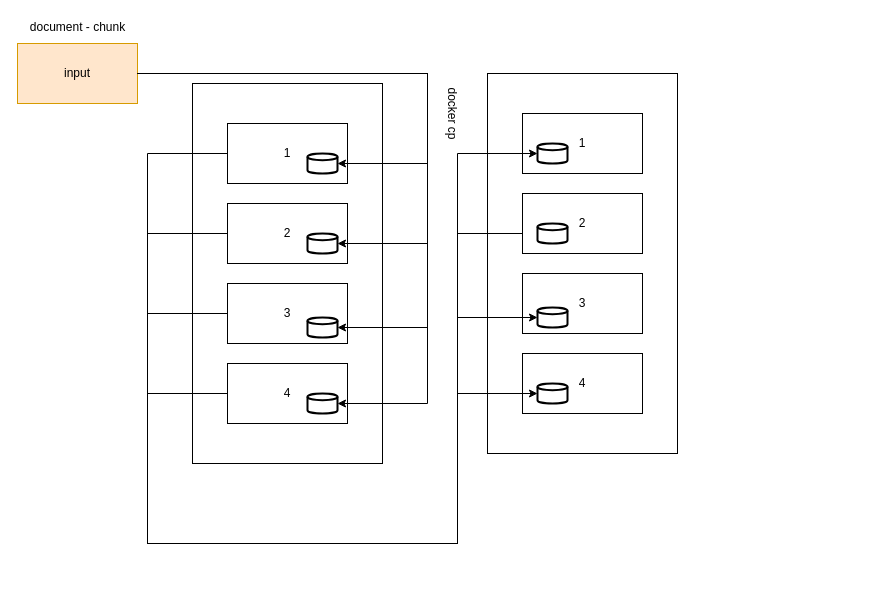
Earlier version of the draw.io diagram page "Page-1" (1 of 2) of assets/arch1.drawio (sanjitk7/MapReducePython). Source tidied: cells renumbered, new cells numbered last; positions are measured from the earlier drawing's top-left corner, leaving out a move shared by most shapes. Both pictures are drawn from the tidied source at 100%, with x=0, y=0 at pixel (17, 17).
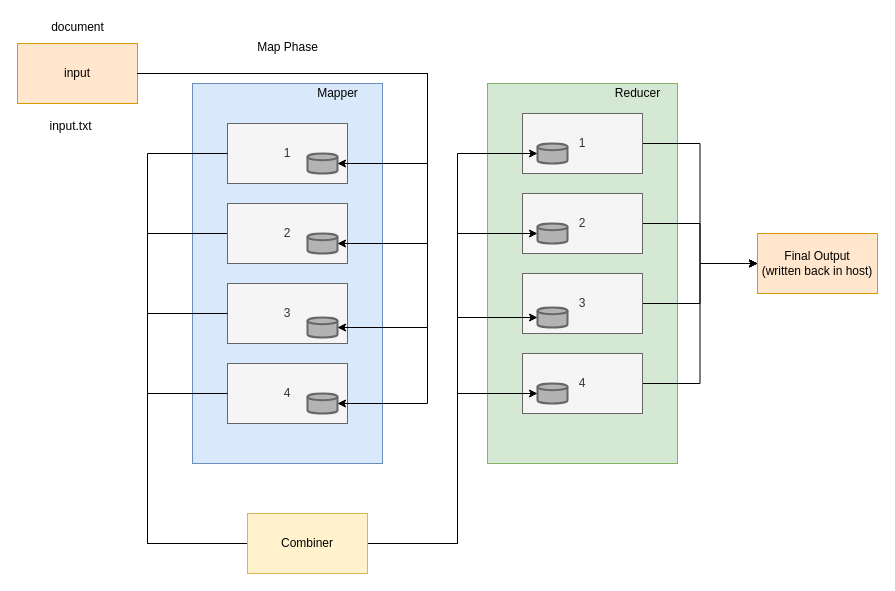
The same diagram, later.

The edit, as a diff of the source:
```diff
@@
+    <mxCell id="19" style="rounded=0;whiteSpace=wrap;html=1;fillColor=#d5e8d4;strokeColor=#82b366;" parent="1" vertex="1">
+      <mxGeometry x="470" y="66" width="190" height="380" as="geometry" />
+    </mxCell>
+    <mxCell id="31" style="edgeStyle=orthogonalEdgeStyle;rounded=0;jettySize=auto;html=1;entryX=0;entryY=0.5;entryDx=0;entryDy=0;" parent="1" edge="1" source="21" target="39">
+      <mxGeometry relative="1" as="geometry" />
+    </mxCell>
+    <mxCell id="21" value="2" style="rounded=0;whiteSpace=wrap;html=1;fillColor=#f5f5f5;strokeColor=#666666;fontColor=#333333;" parent="1" vertex="1">
+      <mxGeometry x="505" y="176" width="120" height="60" as="geometry" />
+    </mxCell>
-    <mxCell id="2" style="rounded=0;whiteSpace=wrap;html=1;fillColor=none;" parent="1" vertex="1">
+    <mxCell id="2" style="rounded=0;whiteSpace=wrap;html=1;fillColor=#dae8fc;strokeColor=#6c8ebf;" parent="1" vertex="1">
       <mxGeometry x="175" y="66" width="190" height="380" as="geometry" />
     </mxCell>
@@
-    <mxCell id="4" value="1" style="rounded=0;whiteSpace=wrap;html=1;" parent="1" vertex="1">
+    <mxCell id="4" value="1" style="rounded=0;whiteSpace=wrap;html=1;fillColor=#f5f5f5;strokeColor=#666666;fontColor=#333333;" parent="1" vertex="1">
       <mxGeometry x="210" y="106" width="120" height="60" as="geometry" />
     </mxCell>
@@
-    <mxCell id="6" value="2" style="rounded=0;whiteSpace=wrap;html=1;" parent="1" vertex="1">
+    <mxCell id="6" value="2" style="rounded=0;whiteSpace=wrap;html=1;fillColor=#f5f5f5;strokeColor=#666666;fontColor=#333333;" parent="1" vertex="1">
       <mxGeometry x="210" y="186" width="120" height="60" as="geometry" />
     </mxCell>
-    <mxCell id="7" value="3" style="rounded=0;whiteSpace=wrap;html=1;" parent="1" vertex="1">
+    <mxCell id="7" value="3" style="rounded=0;whiteSpace=wrap;html=1;fillColor=#f5f5f5;strokeColor=#666666;fontColor=#333333;" parent="1" vertex="1">
       <mxGeometry x="210" y="266" width="120" height="60" as="geometry" />
     </mxCell>
-    <mxCell id="8" value="4" style="rounded=0;whiteSpace=wrap;html=1;" parent="1" vertex="1">
+    <mxCell id="8" value="4" style="rounded=0;whiteSpace=wrap;html=1;fillColor=#f5f5f5;strokeColor=#666666;fontColor=#333333;" parent="1" vertex="1">
       <mxGeometry x="210" y="346" width="120" height="60" as="geometry" />
     </mxCell>
-    <mxCell id="9" style="strokeWidth=2;html=1;shape=mxgraph.flowchart.database;whiteSpace=wrap;" parent="1" vertex="1">
+    <mxCell id="9" style="strokeWidth=2;html=1;shape=mxgraph.flowchart.database;whiteSpace=wrap;strokeColor=#666666;fontColor=#333333;fillColor=#B3B3B3;" parent="1" vertex="1">
       <mxGeometry x="290" y="136" width="30" height="20" as="geometry" />
     </mxCell>
-    <mxCell id="10" style="strokeWidth=2;html=1;shape=mxgraph.flowchart.database;whiteSpace=wrap;" parent="1" vertex="1">
+    <mxCell id="10" style="strokeWidth=2;html=1;shape=mxgraph.flowchart.database;whiteSpace=wrap;strokeColor=#666666;fontColor=#333333;fillColor=#B3B3B3;" parent="1" vertex="1">
       <mxGeometry x="290" y="216" width="30" height="20" as="geometry" />
     </mxCell>
-    <mxCell id="11" style="strokeWidth=2;html=1;shape=mxgraph.flowchart.database;whiteSpace=wrap;" parent="1" vertex="1">
+    <mxCell id="11" style="strokeWidth=2;html=1;shape=mxgraph.flowchart.database;whiteSpace=wrap;strokeColor=#666666;fontColor=#333333;fillColor=#B3B3B3;" parent="1" vertex="1">
       <mxGeometry x="290" y="300" width="30" height="20" as="geometry" />
     </mxCell>
-    <mxCell id="12" style="strokeWidth=2;html=1;shape=mxgraph.flowchart.database;whiteSpace=wrap;" parent="1" vertex="1">
+    <mxCell id="12" style="strokeWidth=2;html=1;shape=mxgraph.flowchart.database;whiteSpace=wrap;strokeColor=#666666;fontColor=#333333;fillColor=#B3B3B3;" parent="1" vertex="1">
       <mxGeometry x="290" y="376" width="30" height="20" as="geometry" />
     </mxCell>
-    <mxCell id="13" value="document - chunk" style="text;html=1;align=center;verticalAlign=middle;" parent="1" vertex="1">
-      <mxGeometry x="5" width="110" height="20" as="geometry" />
+    <mxCell id="13" value="document" style="text;html=1;align=center;verticalAlign=middle;" parent="1" vertex="1">
+      <mxGeometry x="25" width="70" height="20" as="geometry" />
     </mxCell>
@@
-    <mxCell id="18" value="docker cp" style="text;html=1;align=center;verticalAlign=middle;rotation=90;" parent="1" vertex="1">
-      <mxGeometry x="400" y="86" width="70" height="20" as="geometry" />
-    </mxCell>
-    <mxCell id="19" style="rounded=0;whiteSpace=wrap;html=1;fillColor=none;" parent="1" vertex="1">
-      <mxGeometry x="470" y="56" width="190" height="380" as="geometry" />
-    </mxCell>
+    <mxCell id="32" style="edgeStyle=orthogonalEdgeStyle;rounded=0;jettySize=auto;html=1;entryX=0;entryY=0.5;entryDx=0;entryDy=0;" parent="1" edge="1" source="20" target="39">
+      <mxGeometry relative="1" as="geometry" />
+    </mxCell>
-    <mxCell id="20" value="1" style="rounded=0;whiteSpace=wrap;html=1;" parent="1" vertex="1">
+    <mxCell id="20" value="1" style="rounded=0;whiteSpace=wrap;html=1;fillColor=#f5f5f5;strokeColor=#666666;fontColor=#333333;" parent="1" vertex="1">
       <mxGeometry x="505" y="96" width="120" height="60" as="geometry" />
     </mxCell>
-    <mxCell id="21" value="2" style="rounded=0;whiteSpace=wrap;html=1;" parent="1" vertex="1">
-      <mxGeometry x="505" y="176" width="120" height="60" as="geometry" />
-    </mxCell>
+    <mxCell id="33" style="edgeStyle=orthogonalEdgeStyle;rounded=0;jettySize=auto;html=1;entryX=0;entryY=0.5;entryDx=0;entryDy=0;" parent="1" edge="1" source="22" target="39">
+      <mxGeometry relative="1" as="geometry" />
+    </mxCell>
-    <mxCell id="22" value="3" style="rounded=0;whiteSpace=wrap;html=1;" parent="1" vertex="1">
+    <mxCell id="22" value="3" style="rounded=0;whiteSpace=wrap;html=1;fillColor=#f5f5f5;strokeColor=#666666;fontColor=#333333;" parent="1" vertex="1">
       <mxGeometry x="505" y="256" width="120" height="60" as="geometry" />
     </mxCell>
+    <mxCell id="34" style="edgeStyle=orthogonalEdgeStyle;rounded=0;jettySize=auto;html=1;entryX=0;entryY=0.5;entryDx=0;entryDy=0;" parent="1" edge="1" source="23" target="39">
+      <mxGeometry relative="1" as="geometry" />
+    </mxCell>
-    <mxCell id="23" value="4" style="rounded=0;whiteSpace=wrap;html=1;" parent="1" vertex="1">
+    <mxCell id="23" value="4" style="rounded=0;whiteSpace=wrap;html=1;fillColor=#f5f5f5;strokeColor=#666666;fontColor=#333333;" parent="1" vertex="1">
       <mxGeometry x="505" y="336" width="120" height="60" as="geometry" />
     </mxCell>
-    <mxCell id="24" style="strokeWidth=2;html=1;shape=mxgraph.flowchart.database;whiteSpace=wrap;" parent="1" vertex="1">
+    <mxCell id="24" style="strokeWidth=2;html=1;shape=mxgraph.flowchart.database;whiteSpace=wrap;strokeColor=#666666;fontColor=#333333;fillColor=#B3B3B3;" parent="1" vertex="1">
       <mxGeometry x="520" y="126" width="30" height="20" as="geometry" />
     </mxCell>
-    <mxCell id="25" style="strokeWidth=2;html=1;shape=mxgraph.flowchart.database;whiteSpace=wrap;" parent="1" vertex="1">
+    <mxCell id="25" style="strokeWidth=2;html=1;shape=mxgraph.flowchart.database;whiteSpace=wrap;strokeColor=#666666;fontColor=#333333;fillColor=#B3B3B3;" parent="1" vertex="1">
       <mxGeometry x="520" y="206" width="30" height="20" as="geometry" />
     </mxCell>
-    <mxCell id="26" style="strokeWidth=2;html=1;shape=mxgraph.flowchart.database;whiteSpace=wrap;" parent="1" vertex="1">
+    <mxCell id="26" style="strokeWidth=2;html=1;shape=mxgraph.flowchart.database;whiteSpace=wrap;strokeColor=#666666;fontColor=#333333;fillColor=#B3B3B3;" parent="1" vertex="1">
       <mxGeometry x="520" y="290" width="30" height="20" as="geometry" />
     </mxCell>
-    <mxCell id="27" style="strokeWidth=2;html=1;shape=mxgraph.flowchart.database;whiteSpace=wrap;" parent="1" vertex="1">
+    <mxCell id="27" style="strokeWidth=2;html=1;shape=mxgraph.flowchart.database;whiteSpace=wrap;strokeColor=#666666;fontColor=#333333;fillColor=#B3B3B3;" parent="1" vertex="1">
       <mxGeometry x="520" y="366" width="30" height="20" as="geometry" />
     </mxCell>
@@
+    <mxCell id="35" value="Map Phase" style="text;html=1;align=center;verticalAlign=middle;" parent="1" vertex="1">
+      <mxGeometry x="230" y="20" width="80" height="20" as="geometry" />
+    </mxCell>
+    <mxCell id="36" value="Combiner" style="rounded=0;whiteSpace=wrap;html=1;fillColor=#fff2cc;strokeColor=#d6b656;" parent="1" vertex="1">
+      <mxGeometry x="230" y="496" width="120" height="60" as="geometry" />
+    </mxCell>
+    <mxCell id="37" value="Mapper" style="text;html=1;align=center;verticalAlign=middle;" parent="1" vertex="1">
+      <mxGeometry x="290" y="66" width="60" height="20" as="geometry" />
+    </mxCell>
+    <mxCell id="38" value="Reducer" style="text;html=1;align=center;verticalAlign=middle;" parent="1" vertex="1">
+      <mxGeometry x="590" y="66" width="60" height="20" as="geometry" />
+    </mxCell>
+    <mxCell id="39" value="Final Output&lt;br&gt;(written back in host)" style="rounded=0;whiteSpace=wrap;html=1;fillColor=#ffe6cc;strokeColor=#d79b00;" parent="1" vertex="1">
+      <mxGeometry x="740" y="216" width="120" height="60" as="geometry" />
+    </mxCell>
+    <mxCell id="40" value="input.txt" style="text;html=1;align=center;verticalAlign=middle;" parent="1" vertex="1">
+      <mxGeometry x="23" y="99" width="60" height="20" as="geometry" />
+    </mxCell>
+    <mxCell id="41" value="&lt;span style=&quot;color: rgba(0 , 0 , 0 , 0) ; font-family: monospace ; font-size: 0px&quot;&gt;spl&lt;/span&gt;" style="text;html=1;align=center;verticalAlign=middle;" parent="1" vertex="1">
+      <mxGeometry x="401" y="32" width="20" height="20" as="geometry" />
+    </mxCell>
```
